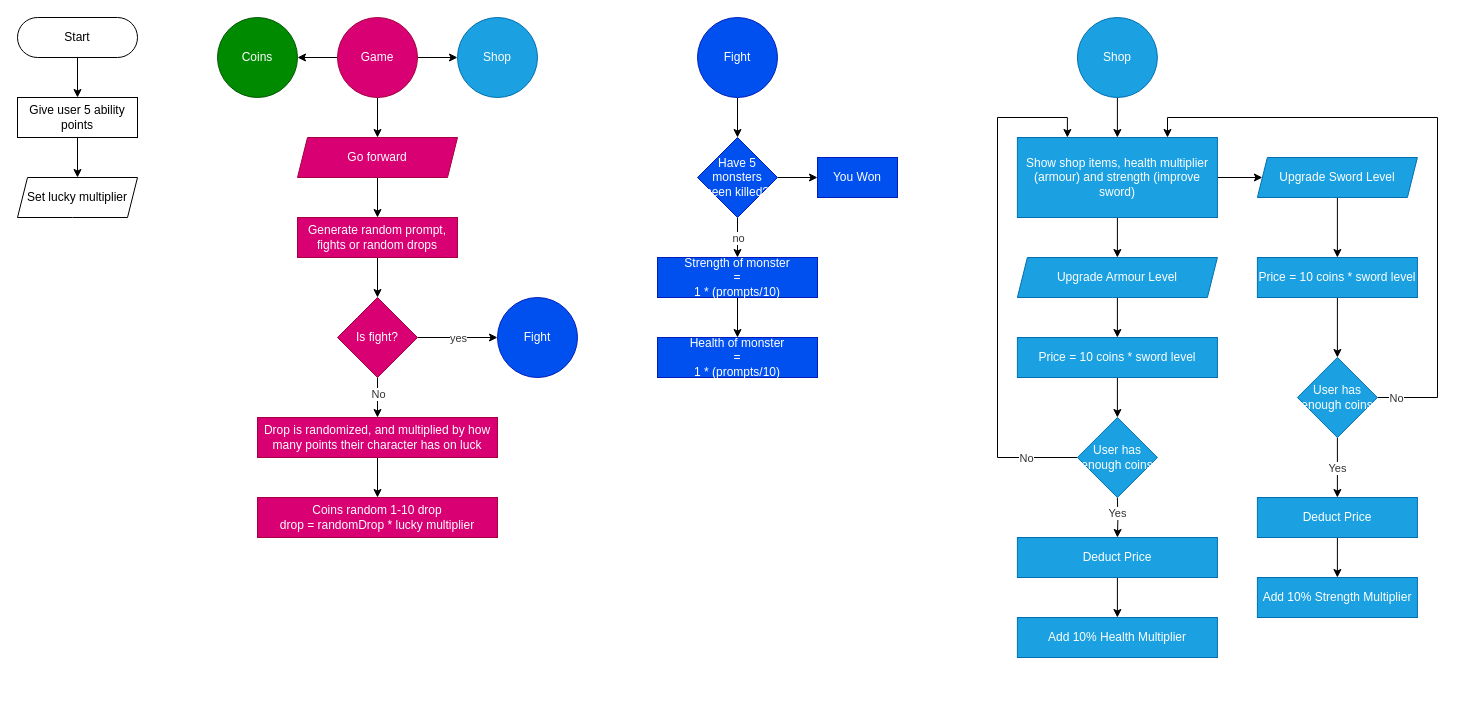
This is flowchart.drawio from kivox/tbag, a draw.io file, before an edit. Source tidied: cells renumbered, new cells numbered last; positions are measured from the earlier drawing's top-left corner, leaving out a move shared by most shapes. Both pictures are drawn from the tidied source at 100%, with x=0, y=0 at pixel (17, 17).
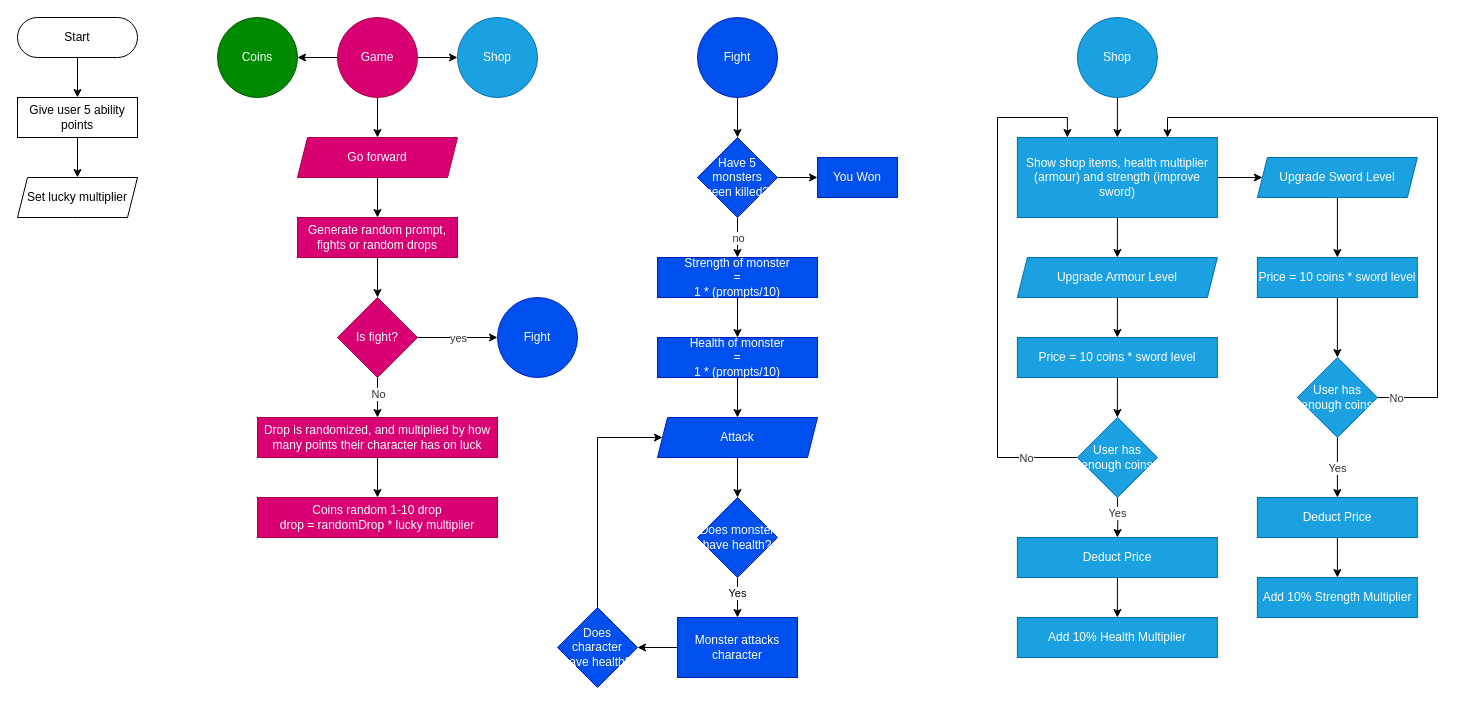
Above is the later version.

The change refers to these unchanged cells:
```xml
<mxCell id="31" value="Health of monster&lt;br&gt;=&lt;br&gt;1 * (prompts/10)" style="whiteSpace=wrap;html=1;fillColor=#0050ef;strokeColor=#001DBC;fontColor=#ffffff;rounded=1;arcSize=0;" parent="1" vertex="1">
  <mxGeometry x="640" y="320" width="160" height="40" as="geometry" />
</mxCell>
```

Diff of the diagram source:
```diff
@@
+    <mxCell id="65" style="edgeStyle=orthogonalEdgeStyle;rounded=0;jettySize=auto;html=1;" parent="1" edge="1" source="31" target="67">
+      <mxGeometry relative="1" as="geometry" />
+    </mxCell>
@@
+    <mxCell id="66" style="edgeStyle=orthogonalEdgeStyle;rounded=0;jettySize=auto;html=1;" parent="1" edge="1" source="67" target="70">
+      <mxGeometry relative="1" as="geometry" />
+    </mxCell>
+    <mxCell id="67" value="Attack" style="shape=parallelogram;perimeter=parallelogramPerimeter;whiteSpace=wrap;html=1;fixedSize=1;fillColor=#0050ef;strokeColor=#001DBC;fontColor=#ffffff;rounded=1;arcSize=0;size=10;" parent="1" vertex="1">
+      <mxGeometry x="640" y="400" width="160" height="40" as="geometry" />
+    </mxCell>
+    <mxCell id="68" style="edgeStyle=orthogonalEdgeStyle;rounded=0;jettySize=auto;html=1;" parent="1" edge="1" source="70" target="72">
+      <mxGeometry relative="1" as="geometry">
+        <Array as="points">
+          <mxPoint x="720" y="590" />
+          <mxPoint x="720" y="590" />
+        </Array>
+      </mxGeometry>
+    </mxCell>
+    <mxCell id="69" value="Yes" style="edgeLabel;html=1;align=center;verticalAlign=middle;" parent="68" vertex="1">
+      <mxGeometry x="-0.25" y="-1" relative="1" as="geometry" />
+    </mxCell>
+    <mxCell id="70" value="Does monster have health?" style="rhombus;whiteSpace=wrap;html=1;fillColor=#0050ef;strokeColor=#001DBC;fontColor=#ffffff;rounded=1;arcSize=0;" parent="1" vertex="1">
+      <mxGeometry x="680" y="480" width="80" height="80" as="geometry" />
+    </mxCell>
+    <mxCell id="71" style="edgeStyle=orthogonalEdgeStyle;rounded=0;jettySize=auto;html=1;" parent="1" edge="1" source="72" target="74">
+      <mxGeometry relative="1" as="geometry" />
+    </mxCell>
+    <mxCell id="72" value="Monster attacks character" style="whiteSpace=wrap;html=1;fillColor=#0050ef;strokeColor=#001DBC;fontColor=#ffffff;rounded=1;arcSize=0;" parent="1" vertex="1">
+      <mxGeometry x="660" y="600" width="120" height="60" as="geometry" />
+    </mxCell>
+    <mxCell id="73" style="edgeStyle=orthogonalEdgeStyle;rounded=0;jettySize=auto;html=1;exitX=0.5;exitY=0;exitDx=0;exitDy=0;entryX=0;entryY=0.5;entryDx=0;entryDy=0;" parent="1" edge="1" source="74" target="67">
+      <mxGeometry relative="1" as="geometry">
+        <Array as="points">
+          <mxPoint x="580" y="420" />
+        </Array>
+      </mxGeometry>
+    </mxCell>
+    <mxCell id="74" value="Does character have health?" style="rhombus;whiteSpace=wrap;html=1;fillColor=#0050ef;strokeColor=#001DBC;fontColor=#ffffff;rounded=1;arcSize=0;" parent="1" vertex="1">
+      <mxGeometry x="540" y="590" width="80" height="80" as="geometry" />
+    </mxCell>
```
